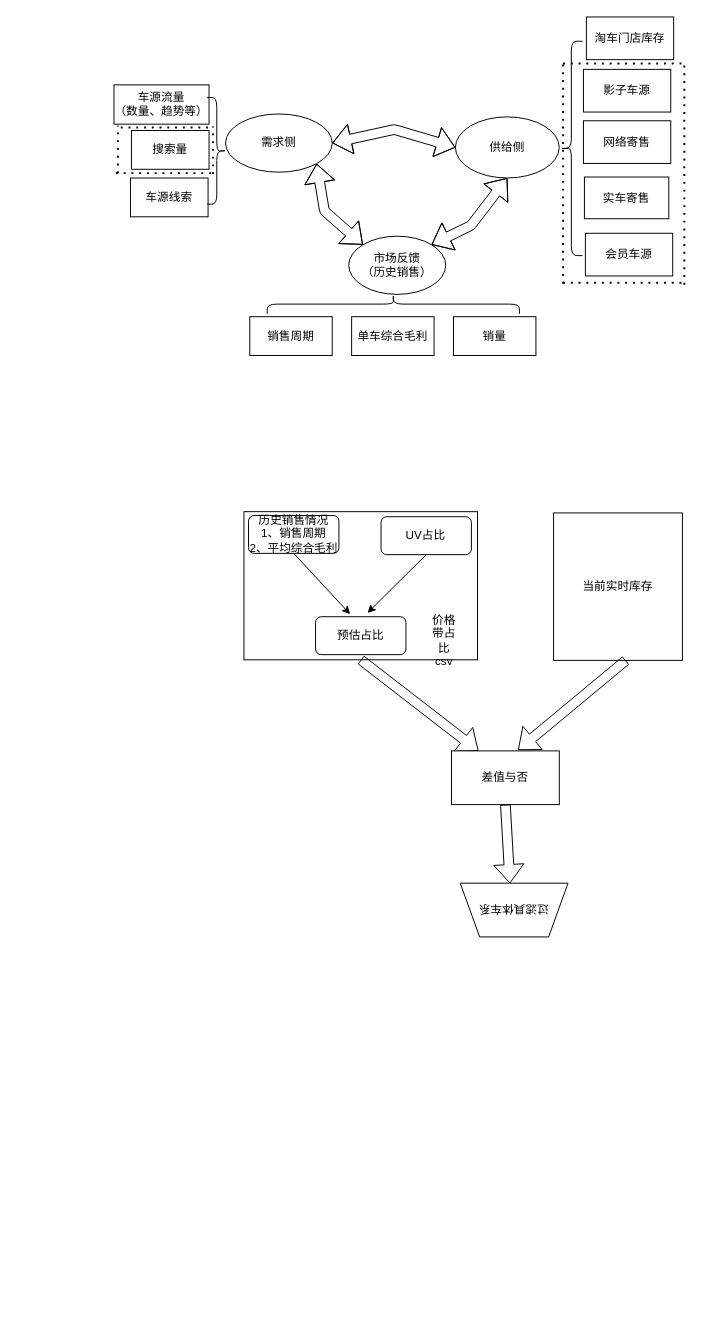
Before: Untitled Diagram.drawio in mrlonely001/gittest, a draw.io diagram. Source tidied: cells renumbered, new cells numbered last; positions are measured from the earlier drawing's top-left corner, leaving out a move shared by most shapes. Both pictures are drawn from the tidied source at 97%, with x=0, y=0 at pixel (113, 16).
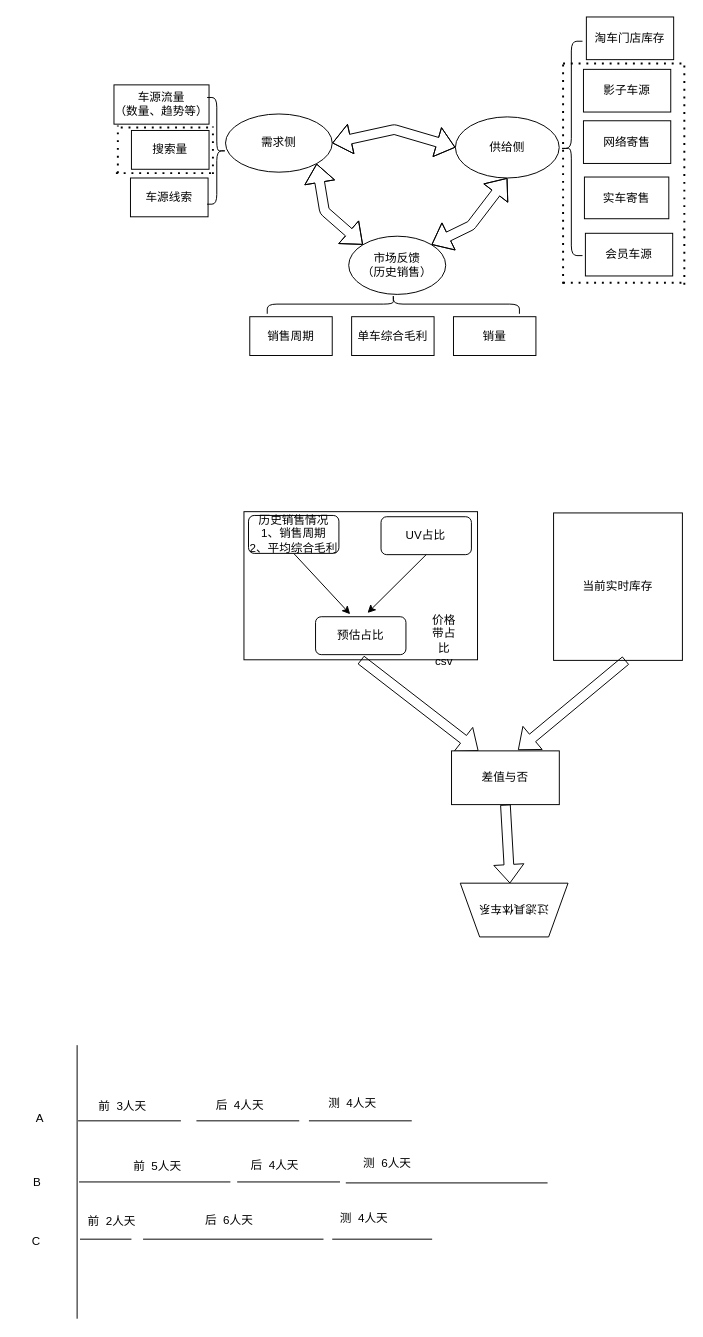
The same page after the edit.

Change to the diagram source:
```diff
@@
+    <mxCell id="45" style="endArrow=none;html=1;" parent="1" edge="1">
+      <mxGeometry relative="1" as="geometry">
+        <mxPoint x="-38" y="1342" as="sourcePoint" />
+        <mxPoint x="-38" y="1060" as="targetPoint" />
+      </mxGeometry>
+    </mxCell>
+    <mxCell id="46" style="endArrow=none;html=1;" parent="1" edge="1">
+      <mxGeometry relative="1" as="geometry">
+        <mxPoint x="-37" y="1138" as="sourcePoint" />
+        <mxPoint x="69" y="1138" as="targetPoint" />
+      </mxGeometry>
+    </mxCell>
+    <mxCell id="47" style="endArrow=none;html=1;" parent="1" edge="1">
+      <mxGeometry relative="1" as="geometry">
+        <mxPoint x="85" y="1138" as="sourcePoint" />
+        <mxPoint x="191" y="1138" as="targetPoint" />
+      </mxGeometry>
+    </mxCell>
+    <mxCell id="48" style="endArrow=none;html=1;" parent="1" edge="1">
+      <mxGeometry relative="1" as="geometry">
+        <mxPoint x="201" y="1138" as="sourcePoint" />
+        <mxPoint x="307" y="1138" as="targetPoint" />
+      </mxGeometry>
+    </mxCell>
+    <mxCell id="49" style="endArrow=none;html=1;" parent="1" edge="1">
+      <mxGeometry relative="1" as="geometry">
+        <mxPoint x="-36" y="1201" as="sourcePoint" />
+        <mxPoint x="120" y="1201" as="targetPoint" />
+      </mxGeometry>
+    </mxCell>
+    <mxCell id="50" style="endArrow=none;html=1;" parent="1" edge="1">
+      <mxGeometry relative="1" as="geometry">
+        <mxPoint x="127" y="1201" as="sourcePoint" />
+        <mxPoint x="233" y="1201" as="targetPoint" />
+      </mxGeometry>
+    </mxCell>
+    <mxCell id="51" style="endArrow=none;html=1;" parent="1" edge="1">
+      <mxGeometry relative="1" as="geometry">
+        <mxPoint x="239" y="1202" as="sourcePoint" />
+        <mxPoint x="447" y="1202" as="targetPoint" />
+      </mxGeometry>
+    </mxCell>
+    <mxCell id="52" style="endArrow=none;html=1;" parent="1" edge="1">
+      <mxGeometry relative="1" as="geometry">
+        <mxPoint x="-35" y="1260" as="sourcePoint" />
+        <mxPoint x="18" y="1260" as="targetPoint" />
+      </mxGeometry>
+    </mxCell>
+    <mxCell id="53" style="endArrow=none;html=1;" parent="1" edge="1">
+      <mxGeometry relative="1" as="geometry">
+        <mxPoint x="30" y="1260" as="sourcePoint" />
+        <mxPoint x="216" y="1260" as="targetPoint" />
+      </mxGeometry>
+    </mxCell>
+    <mxCell id="54" style="endArrow=none;html=1;" parent="1" edge="1">
+      <mxGeometry relative="1" as="geometry">
+        <mxPoint x="225" y="1260" as="sourcePoint" />
+        <mxPoint x="328" y="1260" as="targetPoint" />
+      </mxGeometry>
+    </mxCell>
+    <mxCell id="55" value="A" style="text;html=1;strokeColor=none;fillColor=none;align=center;verticalAlign=middle;whiteSpace=wrap;rounded=0;" parent="1" vertex="1">
+      <mxGeometry x="-96" y="1126" width="40" height="20" as="geometry" />
+    </mxCell>
+    <mxCell id="56" value="B" style="text;html=1;strokeColor=none;fillColor=none;align=center;verticalAlign=middle;whiteSpace=wrap;rounded=0;" parent="1" vertex="1">
+      <mxGeometry x="-99" y="1192" width="40" height="20" as="geometry" />
+    </mxCell>
+    <mxCell id="57" value="C" style="text;html=1;strokeColor=none;fillColor=none;align=center;verticalAlign=middle;whiteSpace=wrap;rounded=0;" parent="1" vertex="1">
+      <mxGeometry x="-100" y="1253" width="40" height="20" as="geometry" />
+    </mxCell>
+    <mxCell id="58" value="前&amp;nbsp; 3人天" style="text;html=1;strokeColor=none;fillColor=none;align=center;verticalAlign=middle;whiteSpace=wrap;rounded=0;" parent="1" vertex="1">
+      <mxGeometry x="-21" y="1113" width="60" height="20" as="geometry" />
+    </mxCell>
+    <mxCell id="59" value="后&amp;nbsp; 4人天" style="text;html=1;strokeColor=none;fillColor=none;align=center;verticalAlign=middle;whiteSpace=wrap;rounded=0;" parent="1" vertex="1">
+      <mxGeometry x="100" y="1112" width="60" height="20" as="geometry" />
+    </mxCell>
+    <mxCell id="60" value="测&amp;nbsp; 4人天" style="text;html=1;strokeColor=none;fillColor=none;align=center;verticalAlign=middle;whiteSpace=wrap;rounded=0;" parent="1" vertex="1">
+      <mxGeometry x="216" y="1110" width="60" height="20" as="geometry" />
+    </mxCell>
+    <mxCell id="61" value="前&amp;nbsp; 5人天" style="text;html=1;strokeColor=none;fillColor=none;align=center;verticalAlign=middle;whiteSpace=wrap;rounded=0;" parent="1" vertex="1">
+      <mxGeometry x="15" y="1175" width="60" height="20" as="geometry" />
+    </mxCell>
+    <mxCell id="62" value="后&amp;nbsp; 4人天" style="text;html=1;strokeColor=none;fillColor=none;align=center;verticalAlign=middle;whiteSpace=wrap;rounded=0;" parent="1" vertex="1">
+      <mxGeometry x="136" y="1174" width="60" height="20" as="geometry" />
+    </mxCell>
+    <mxCell id="63" value="测&amp;nbsp; 6人天" style="text;html=1;strokeColor=none;fillColor=none;align=center;verticalAlign=middle;whiteSpace=wrap;rounded=0;" parent="1" vertex="1">
+      <mxGeometry x="252" y="1172" width="60" height="20" as="geometry" />
+    </mxCell>
+    <mxCell id="64" value="前&amp;nbsp; 2人天" style="text;html=1;strokeColor=none;fillColor=none;align=center;verticalAlign=middle;whiteSpace=wrap;rounded=0;" parent="1" vertex="1">
+      <mxGeometry x="-32" y="1232" width="60" height="20" as="geometry" />
+    </mxCell>
+    <mxCell id="65" value="后&amp;nbsp; 6人天" style="text;html=1;strokeColor=none;fillColor=none;align=center;verticalAlign=middle;whiteSpace=wrap;rounded=0;" parent="1" vertex="1">
+      <mxGeometry x="89" y="1231" width="60" height="20" as="geometry" />
+    </mxCell>
+    <mxCell id="66" value="测&amp;nbsp; 4人天" style="text;html=1;strokeColor=none;fillColor=none;align=center;verticalAlign=middle;whiteSpace=wrap;rounded=0;" parent="1" vertex="1">
+      <mxGeometry x="228" y="1229" width="60" height="20" as="geometry" />
+    </mxCell>
```
